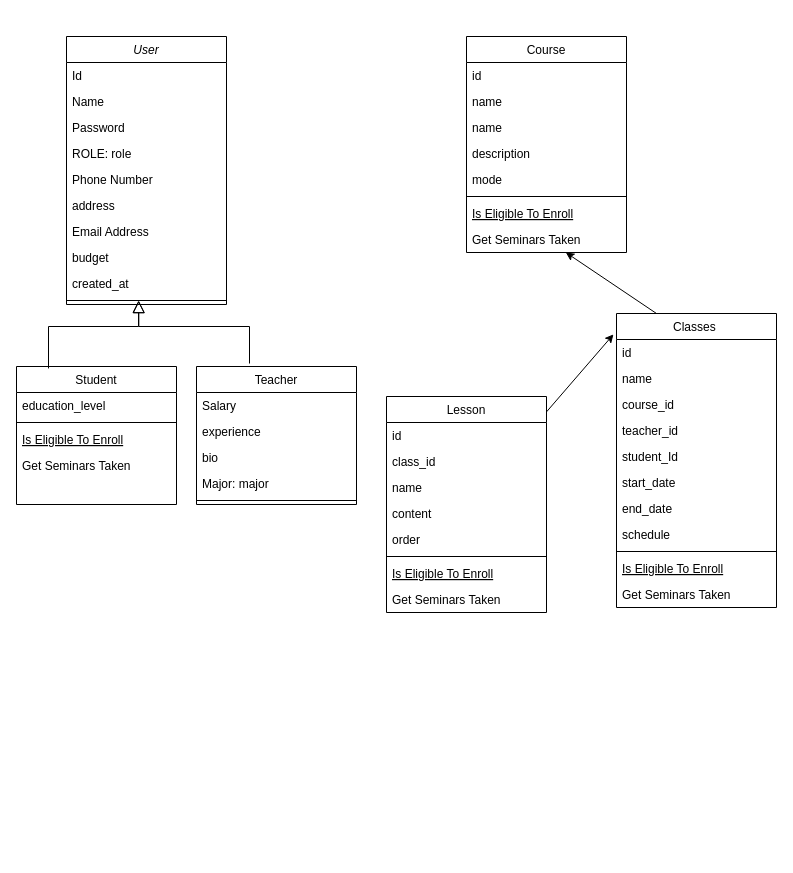
HieuNguyen06nd/JAVA-CORE---30 keeps this draw.io diagram as ManageTech/Biểu đồ không có tiêu đề.drawio. Above is the earlier version. Source tidied: cells renumbered, new cells numbered last; positions are measured from the earlier drawing's top-left corner, leaving out a move shared by most shapes. Both pictures are drawn from the tidied source at 100%, with x=0, y=0 at pixel (16, 36).
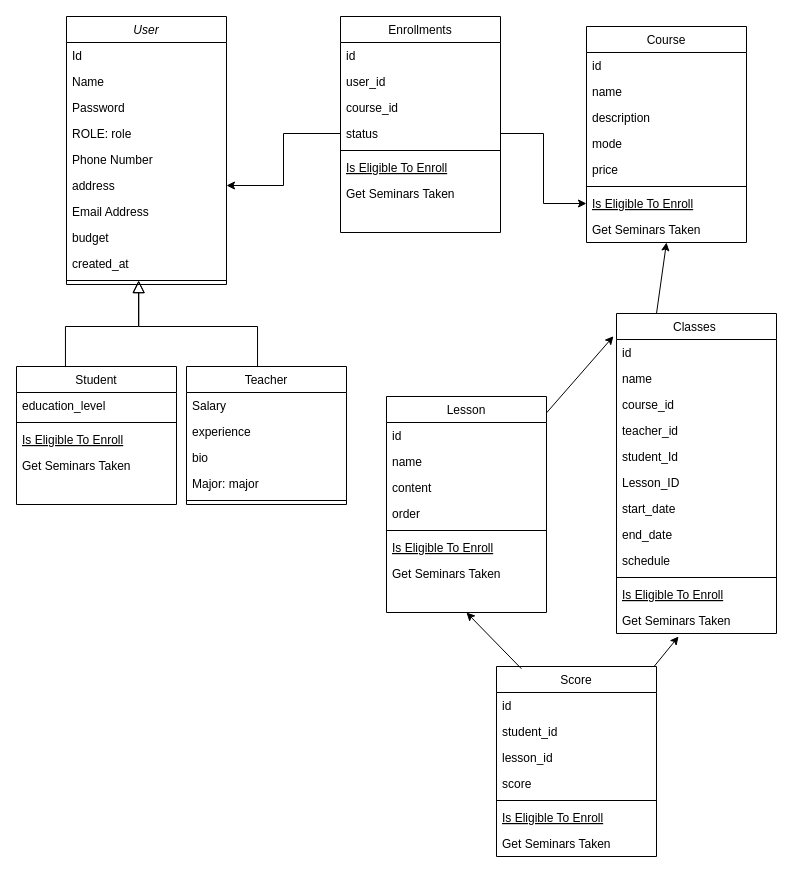
After the change.

Commit message (it also covers changes not shown here):
Cập nhật Biểu đồ không có tiêu đề.drawio

The change refers to these unchanged cells:
```xml
<mxCell id="8" value="address" style="text;align=left;verticalAlign=top;spacingLeft=4;spacingRight=4;overflow=hidden;points=[[0,0.5],[1,0.5]];portConstraint=eastwest;rounded=0;shadow=0;html=0;" parent="2" vertex="1">
  <mxGeometry y="156" width="160" height="26" as="geometry" />
</mxCell>
<mxCell id="12" style="line;html=1;strokeWidth=1;align=left;verticalAlign=middle;spacingTop=-1;spacingLeft=3;spacingRight=3;labelPosition=right;points=[];portConstraint=eastwest;" parent="2" vertex="1">
  <mxGeometry y="260" width="160" height="8" as="geometry" />
</mxCell>
<mxCell id="13" value="Student" style="swimlane;fontStyle=0;align=center;verticalAlign=top;horizontal=1;startSize=26;rounded=0;shadow=0;strokeWidth=1;" parent="1" vertex="1">
  <mxGeometry y="330" width="160" height="138" as="geometry" />
</mxCell>
<mxCell id="33" value="Is Eligible To Enroll" style="text;align=left;verticalAlign=top;spacingLeft=4;spacingRight=4;overflow=hidden;points=[[0,0.5],[1,0.5]];portConstraint=eastwest;fontStyle=4;" parent="26" vertex="1">
  <mxGeometry y="164" width="160" height="26" as="geometry" />
</mxCell>
<mxCell id="34" value="Get Seminars Taken" style="text;align=left;verticalAlign=top;spacingLeft=4;spacingRight=4;overflow=hidden;points=[[0,0.5],[1,0.5]];portConstraint=eastwest;" parent="26" vertex="1">
  <mxGeometry y="190" width="160" height="26" as="geometry" />
</mxCell>
<mxCell id="47" value="Lesson" style="swimlane;fontStyle=0;align=center;verticalAlign=top;horizontal=1;startSize=26;rounded=0;shadow=0;strokeWidth=1;" parent="1" vertex="1">
  <mxGeometry x="370" y="360" width="160" height="216" as="geometry" />
</mxCell>
```

Change to the diagram source:
```diff
@@
     <mxCell id="2" value="User" style="swimlane;fontStyle=2;align=center;verticalAlign=top;horizontal=1;startSize=26;rounded=0;shadow=0;strokeWidth=1;" parent="1" vertex="1">
-      <mxGeometry x="50" width="160" height="268" as="geometry" />
+      <mxGeometry x="50" y="-20" width="160" height="268" as="geometry" />
     </mxCell>
@@
-    <mxCell id="18" style="endArrow=block;endSize=10;endFill=0;shadow=0;strokeWidth=1;rounded=0;curved=0;edgeStyle=elbowEdgeStyle;elbow=vertical;exitX=0.394;exitY=-0.007;exitDx=0;exitDy=0;exitPerimeter=0;entryX=0.452;entryY=0.523;entryDx=0;entryDy=0;entryPerimeter=0;" parent="1" edge="1" target="12">
+    <mxCell id="18" style="endArrow=block;endSize=10;endFill=0;shadow=0;strokeWidth=1;rounded=0;curved=0;edgeStyle=elbowEdgeStyle;elbow=vertical;entryX=0.452;entryY=0.523;entryDx=0;entryDy=0;entryPerimeter=0;exitX=0.444;exitY=0.029;exitDx=0;exitDy=0;exitPerimeter=0;" parent="1" edge="1" source="20" target="12">
       <mxGeometry relative="1" as="geometry">
-        <mxPoint x="233" y="327" as="sourcePoint" />
         <Array as="points">
           <mxPoint x="190" y="290" />
         </Array>
       </mxGeometry>
     </mxCell>
-    <mxCell id="19" style="endArrow=block;endSize=10;endFill=0;shadow=0;strokeWidth=1;rounded=0;curved=0;edgeStyle=elbowEdgeStyle;elbow=vertical;exitX=0.2;exitY=0.014;exitDx=0;exitDy=0;exitPerimeter=0;entryX=0.45;entryY=0.5;entryDx=0;entryDy=0;entryPerimeter=0;" parent="1" edge="1" source="13" target="12">
+    <mxCell id="19" style="endArrow=block;endSize=10;endFill=0;shadow=0;strokeWidth=1;rounded=0;curved=0;edgeStyle=elbowEdgeStyle;elbow=vertical;entryX=0.45;entryY=0.5;entryDx=0;entryDy=0;entryPerimeter=0;exitX=0.306;exitY=0;exitDx=0;exitDy=0;exitPerimeter=0;" parent="1" edge="1" source="13" target="12">
       <mxGeometry relative="1" as="geometry">
         <Array as="points">
           <mxPoint x="100" y="290" />
         </Array>
       </mxGeometry>
     </mxCell>
     <mxCell id="20" value="Teacher" style="swimlane;fontStyle=0;align=center;verticalAlign=top;horizontal=1;startSize=26;rounded=0;shadow=0;strokeWidth=1;" parent="1" vertex="1">
-      <mxGeometry x="180" y="330" width="160" height="138" as="geometry" />
+      <mxGeometry x="170" y="330" width="160" height="138" as="geometry" />
     </mxCell>
@@
     <mxCell id="26" value="Course" style="swimlane;fontStyle=0;align=center;verticalAlign=top;horizontal=1;startSize=26;rounded=0;shadow=0;strokeWidth=1;" parent="1" vertex="1">
-      <mxGeometry x="450" width="160" height="216" as="geometry" />
+      <mxGeometry x="570" y="-10" width="160" height="216" as="geometry" />
     </mxCell>
@@
-    <mxCell id="29" value="name" style="text;align=left;verticalAlign=top;spacingLeft=4;spacingRight=4;overflow=hidden;" parent="26" vertex="1">
-      <mxGeometry y="78" width="160" height="26" as="geometry" />
-    </mxCell>
     <mxCell id="30" value="description" style="text;align=left;verticalAlign=top;spacingLeft=4;spacingRight=4;overflow=hidden;" parent="26" vertex="1">
-      <mxGeometry y="104" width="160" height="26" as="geometry" />
+      <mxGeometry y="78" width="160" height="26" as="geometry" />
     </mxCell>
     <mxCell id="31" value="mode" style="text;align=left;verticalAlign=top;spacingLeft=4;spacingRight=4;overflow=hidden;" parent="26" vertex="1">
-      <mxGeometry y="130" width="160" height="26" as="geometry" />
+      <mxGeometry y="104" width="160" height="26" as="geometry" />
     </mxCell>
+    <mxCell id="58" value="price" style="text;align=left;verticalAlign=top;spacingLeft=4;spacingRight=4;overflow=hidden;" parent="26" vertex="1">
+      <mxGeometry y="130" width="160" height="26" as="geometry" />
+    </mxCell>
@@
     <mxCell id="35" value="Classes " style="swimlane;fontStyle=0;align=center;verticalAlign=top;horizontal=1;startSize=26;rounded=0;shadow=0;strokeWidth=1;" parent="1" vertex="1">
-      <mxGeometry x="600" y="277" width="160" height="294" as="geometry" />
+      <mxGeometry x="600" y="277" width="160" height="320" as="geometry" />
     </mxCell>
@@
+    <mxCell id="59" value="Lesson_ID&#10;" style="text;align=left;verticalAlign=top;spacingLeft=4;spacingRight=4;overflow=hidden;" parent="35" vertex="1">
+      <mxGeometry y="156" width="160" height="26" as="geometry" />
+    </mxCell>
     <mxCell id="41" value="start_date" style="text;align=left;verticalAlign=top;spacingLeft=4;spacingRight=4;overflow=hidden;" parent="35" vertex="1">
-      <mxGeometry y="156" width="160" height="26" as="geometry" />
+      <mxGeometry y="182" width="160" height="26" as="geometry" />
     </mxCell>
     <mxCell id="42" value="end_date" style="text;align=left;verticalAlign=top;spacingLeft=4;spacingRight=4;overflow=hidden;" parent="35" vertex="1">
-      <mxGeometry y="182" width="160" height="26" as="geometry" />
+      <mxGeometry y="208" width="160" height="26" as="geometry" />
     </mxCell>
     <mxCell id="43" value="schedule" style="text;align=left;verticalAlign=top;spacingLeft=4;spacingRight=4;overflow=hidden;" parent="35" vertex="1">
-      <mxGeometry y="208" width="160" height="26" as="geometry" />
+      <mxGeometry y="234" width="160" height="26" as="geometry" />
     </mxCell>
     <mxCell id="44" style="line;html=1;strokeWidth=1;align=left;verticalAlign=middle;spacingTop=-1;spacingLeft=3;spacingRight=3;labelPosition=right;" parent="35" vertex="1">
-      <mxGeometry y="234" width="160" height="8" as="geometry" />
+      <mxGeometry y="260" width="160" height="8" as="geometry" />
     </mxCell>
     <mxCell id="45" value="Is Eligible To Enroll" style="text;align=left;verticalAlign=top;spacingLeft=4;spacingRight=4;overflow=hidden;fontStyle=4;" parent="35" vertex="1">
-      <mxGeometry y="242" width="160" height="26" as="geometry" />
+      <mxGeometry y="268" width="160" height="26" as="geometry" />
     </mxCell>
     <mxCell id="46" value="Get Seminars Taken" style="text;align=left;verticalAlign=top;spacingLeft=4;spacingRight=4;overflow=hidden;points=[[0,0.5],[1,0.5]];portConstraint=eastwest;" parent="35" vertex="1">
-      <mxGeometry y="268" width="160" height="26" as="geometry" />
+      <mxGeometry y="294" width="160" height="26" as="geometry" />
     </mxCell>
@@
-    <mxCell id="49" value="class_id" style="text;align=left;verticalAlign=top;spacingLeft=4;spacingRight=4;overflow=hidden;" parent="47" vertex="1">
-      <mxGeometry y="52" width="160" height="26" as="geometry" />
-    </mxCell>
     <mxCell id="50" value="name" style="text;align=left;verticalAlign=top;spacingLeft=4;spacingRight=4;overflow=hidden;" parent="47" vertex="1">
-      <mxGeometry y="78" width="160" height="26" as="geometry" />
+      <mxGeometry y="52" width="160" height="26" as="geometry" />
     </mxCell>
     <mxCell id="51" value="content" style="text;align=left;verticalAlign=top;spacingLeft=4;spacingRight=4;overflow=hidden;" parent="47" vertex="1">
-      <mxGeometry y="104" width="160" height="26" as="geometry" />
+      <mxGeometry y="78" width="160" height="26" as="geometry" />
     </mxCell>
     <mxCell id="52" value="order" style="text;align=left;verticalAlign=top;spacingLeft=4;spacingRight=4;overflow=hidden;" parent="47" vertex="1">
-      <mxGeometry y="130" width="160" height="26" as="geometry" />
+      <mxGeometry y="104" width="160" height="26" as="geometry" />
     </mxCell>
     <mxCell id="53" style="line;html=1;strokeWidth=1;align=left;verticalAlign=middle;spacingTop=-1;spacingLeft=3;spacingRight=3;labelPosition=right;" parent="47" vertex="1">
-      <mxGeometry y="156" width="160" height="8" as="geometry" />
+      <mxGeometry y="130" width="160" height="8" as="geometry" />
     </mxCell>
     <mxCell id="54" value="Is Eligible To Enroll" style="text;align=left;verticalAlign=top;spacingLeft=4;spacingRight=4;overflow=hidden;fontStyle=4;" parent="47" vertex="1">
-      <mxGeometry y="164" width="160" height="26" as="geometry" />
+      <mxGeometry y="138" width="160" height="26" as="geometry" />
     </mxCell>
     <mxCell id="55" value="Get Seminars Taken" style="text;align=left;verticalAlign=top;spacingLeft=4;spacingRight=4;overflow=hidden;" parent="47" vertex="1">
-      <mxGeometry y="190" width="160" height="26" as="geometry" />
+      <mxGeometry y="164" width="160" height="26" as="geometry" />
     </mxCell>
@@
-    <mxCell id="57" style="endArrow=classic;html=1;rounded=0;exitX=0.25;exitY=0;exitDx=0;exitDy=0;" parent="1" edge="1" source="35" target="34">
+    <mxCell id="57" style="endArrow=classic;html=1;rounded=0;exitX=0.25;exitY=0;exitDx=0;exitDy=0;entryX=0.5;entryY=1;entryDx=0;entryDy=0;" parent="1" edge="1" source="35" target="26">
       <mxGeometry relative="1" as="geometry" />
     </mxCell>
+    <mxCell id="60" value="Score" style="swimlane;fontStyle=0;align=center;verticalAlign=top;horizontal=1;startSize=26;rounded=0;shadow=0;strokeWidth=1;" parent="1" vertex="1">
+      <mxGeometry x="480" y="630" width="160" height="190" as="geometry" />
+    </mxCell>
+    <mxCell id="61" value="id&#10;" style="text;align=left;verticalAlign=top;spacingLeft=4;spacingRight=4;overflow=hidden;" parent="60" vertex="1">
+      <mxGeometry y="26" width="160" height="26" as="geometry" />
+    </mxCell>
+    <mxCell id="62" value="student_id" style="text;align=left;verticalAlign=top;spacingLeft=4;spacingRight=4;overflow=hidden;" parent="60" vertex="1">
+      <mxGeometry y="52" width="160" height="26" as="geometry" />
+    </mxCell>
+    <mxCell id="63" value="lesson_id" style="text;align=left;verticalAlign=top;spacingLeft=4;spacingRight=4;overflow=hidden;" parent="60" vertex="1">
+      <mxGeometry y="78" width="160" height="26" as="geometry" />
+    </mxCell>
+    <mxCell id="64" value="score" style="text;align=left;verticalAlign=top;spacingLeft=4;spacingRight=4;overflow=hidden;" parent="60" vertex="1">
+      <mxGeometry y="104" width="160" height="26" as="geometry" />
+    </mxCell>
+    <mxCell id="65" style="line;html=1;strokeWidth=1;align=left;verticalAlign=middle;spacingTop=-1;spacingLeft=3;spacingRight=3;labelPosition=right;" parent="60" vertex="1">
+      <mxGeometry y="130" width="160" height="8" as="geometry" />
+    </mxCell>
+    <mxCell id="66" value="Is Eligible To Enroll" style="text;align=left;verticalAlign=top;spacingLeft=4;spacingRight=4;overflow=hidden;fontStyle=4;" parent="60" vertex="1">
+      <mxGeometry y="138" width="160" height="26" as="geometry" />
+    </mxCell>
+    <mxCell id="67" value="Get Seminars Taken" style="text;align=left;verticalAlign=top;spacingLeft=4;spacingRight=4;overflow=hidden;" parent="60" vertex="1">
+      <mxGeometry y="164" width="160" height="26" as="geometry" />
+    </mxCell>
+    <mxCell id="68" style="endArrow=classic;html=1;rounded=0;entryX=0.5;entryY=1;entryDx=0;entryDy=0;exitX=0.156;exitY=0.012;exitDx=0;exitDy=0;exitPerimeter=0;" parent="1" edge="1" source="60" target="47">
+      <mxGeometry relative="1" as="geometry" />
+    </mxCell>
+    <mxCell id="69" style="endArrow=classic;html=1;rounded=0;entryX=0.388;entryY=1.115;entryDx=0;entryDy=0;entryPerimeter=0;" parent="1" edge="1" source="60" target="46">
+      <mxGeometry relative="1" as="geometry" />
+    </mxCell>
+    <mxCell id="70" value="Enrollments" style="swimlane;fontStyle=0;align=center;verticalAlign=top;horizontal=1;startSize=26;rounded=0;shadow=0;strokeWidth=1;" parent="1" vertex="1">
+      <mxGeometry x="324" y="-20" width="160" height="216" as="geometry" />
+    </mxCell>
+    <mxCell id="71" value="id" style="text;align=left;verticalAlign=top;spacingLeft=4;spacingRight=4;overflow=hidden;" parent="70" vertex="1">
+      <mxGeometry y="26" width="160" height="26" as="geometry" />
+    </mxCell>
+    <mxCell id="72" value="user_id" style="text;align=left;verticalAlign=top;spacingLeft=4;spacingRight=4;overflow=hidden;" parent="70" vertex="1">
+      <mxGeometry y="52" width="160" height="26" as="geometry" />
+    </mxCell>
+    <mxCell id="73" value="course_id" style="text;align=left;verticalAlign=top;spacingLeft=4;spacingRight=4;overflow=hidden;" parent="70" vertex="1">
+      <mxGeometry y="78" width="160" height="26" as="geometry" />
+    </mxCell>
+    <mxCell id="74" value="status" style="text;align=left;verticalAlign=top;spacingLeft=4;spacingRight=4;overflow=hidden;points=[[0,0.5],[1,0.5]];portConstraint=eastwest;" parent="70" vertex="1">
+      <mxGeometry y="104" width="160" height="26" as="geometry" />
+    </mxCell>
+    <mxCell id="75" style="line;html=1;strokeWidth=1;align=left;verticalAlign=middle;spacingTop=-1;spacingLeft=3;spacingRight=3;labelPosition=right;" parent="70" vertex="1">
+      <mxGeometry y="130" width="160" height="8" as="geometry" />
+    </mxCell>
+    <mxCell id="76" value="Is Eligible To Enroll" style="text;align=left;verticalAlign=top;spacingLeft=4;spacingRight=4;overflow=hidden;fontStyle=4;" parent="70" vertex="1">
+      <mxGeometry y="138" width="160" height="26" as="geometry" />
+    </mxCell>
+    <mxCell id="77" value="Get Seminars Taken" style="text;align=left;verticalAlign=top;spacingLeft=4;spacingRight=4;overflow=hidden;" parent="70" vertex="1">
+      <mxGeometry y="164" width="160" height="26" as="geometry" />
+    </mxCell>
+    <mxCell id="78" style="edgeStyle=orthogonalEdgeStyle;rounded=0;jettySize=auto;html=1;" parent="1" edge="1" source="74" target="33">
+      <mxGeometry relative="1" as="geometry" />
+    </mxCell>
+    <mxCell id="79" style="edgeStyle=orthogonalEdgeStyle;rounded=0;jettySize=auto;html=1;" parent="1" edge="1" source="74" target="8">
+      <mxGeometry relative="1" as="geometry" />
+    </mxCell>
```
